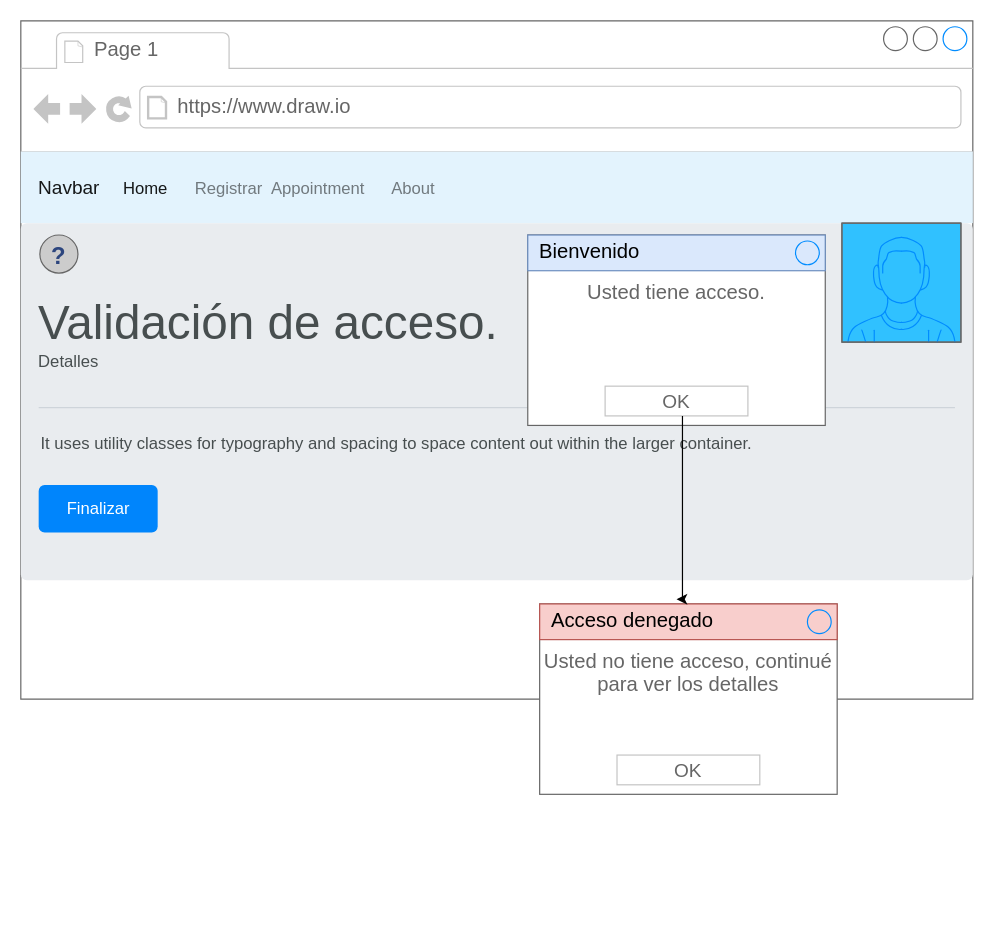
Before: page "Home" (2 of 5) of Untitled Diagram.drawio in GwenBZ/AccesoEmpresa, a draw.io diagram. Source tidied: cells renumbered, new cells numbered last; positions are measured from the earlier drawing's top-left corner, leaving out a move shared by most shapes. Both pictures are drawn from the tidied source at 119%, with x=0, y=0 at pixel (20, 20).
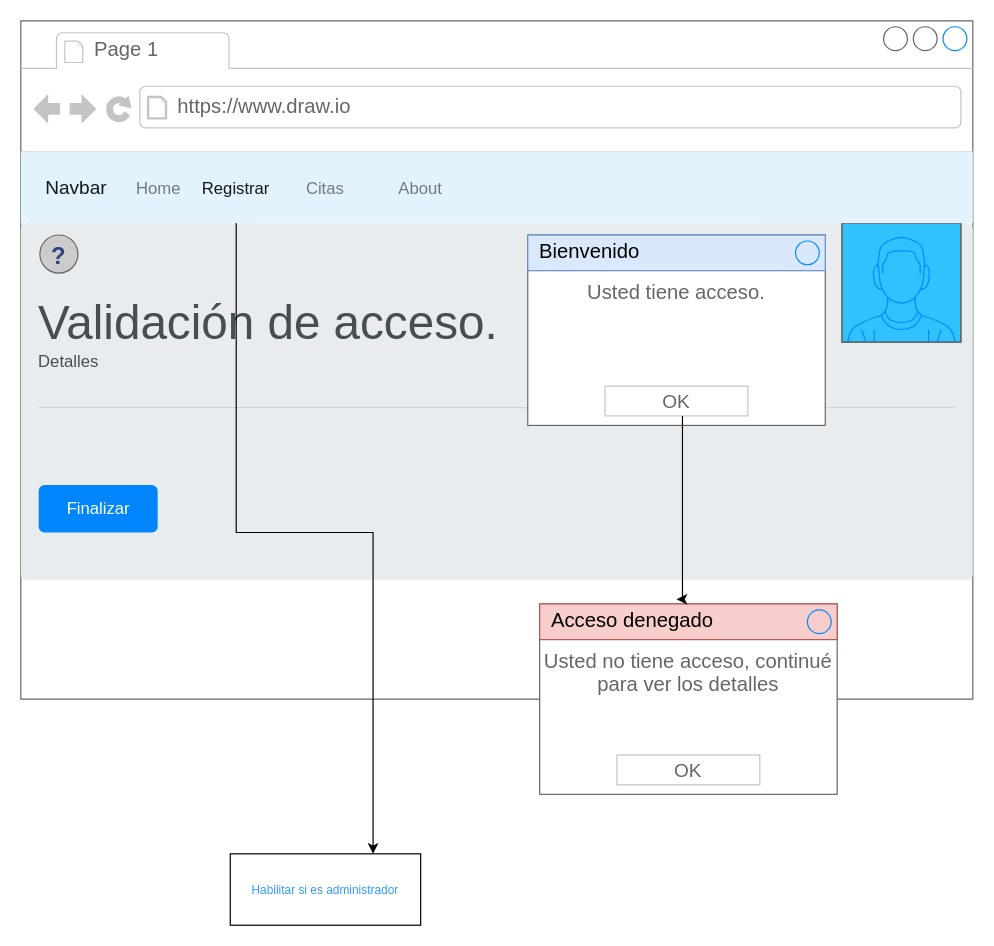
The same page after the edit.

Unchanged cells that the change refers to:
```xml
<mxCell id="2" style="strokeWidth=1;shadow=0;dashed=0;align=center;html=1;shape=mxgraph.mockup.containers.browserWindow;rSize=0;strokeColor=#666666;strokeColor2=#008cff;strokeColor3=#c4c4c4;mainText=,;" parent="1" vertex="1">
  <mxGeometry width="800" height="570" as="geometry" />
</mxCell>
<mxCell id="10" value="&lt;span style=&quot;font-size: 40px&quot;&gt;Validación&amp;nbsp;de acceso.&lt;/span&gt;&amp;nbsp;&amp;nbsp;&amp;nbsp;&amp;nbsp;&amp;nbsp;&amp;nbsp;&amp;nbsp;&amp;nbsp;&amp;nbsp;&amp;nbsp;&amp;nbsp;&amp;nbsp;&amp;nbsp;&amp;nbsp;&amp;nbsp;&amp;nbsp;&amp;nbsp;&amp;nbsp;&amp;nbsp;&amp;nbsp;&amp;nbsp;&amp;nbsp;&amp;nbsp;&amp;nbsp;&amp;nbsp;&amp;nbsp;&amp;nbsp;&amp;nbsp;&amp;nbsp;&amp;nbsp;&amp;nbsp;&amp;nbsp;&amp;nbsp;&amp;nbsp;&amp;nbsp;&amp;nbsp;&amp;nbsp;&amp;nbsp;&amp;nbsp;&amp;nbsp;&amp;nbsp;&amp;nbsp;&amp;nbsp;&amp;nbsp;&amp;nbsp;&amp;nbsp;&amp;nbsp;&amp;nbsp;&amp;nbsp;&amp;nbsp;&amp;nbsp;&amp;nbsp;&amp;nbsp;&amp;nbsp;&amp;nbsp;&amp;nbsp;&amp;nbsp;&amp;nbsp;&amp;nbsp;&amp;nbsp;&amp;nbsp;&amp;nbsp;&amp;nbsp;&amp;nbsp;&amp;nbsp;&amp;nbsp;&amp;nbsp;&amp;nbsp;&amp;nbsp;&amp;nbsp;&amp;nbsp;&amp;nbsp;&amp;nbsp;&amp;nbsp;&amp;nbsp;&amp;nbsp;&amp;nbsp;&amp;nbsp;&amp;nbsp;&amp;nbsp;&amp;nbsp;&amp;nbsp;&amp;nbsp;&amp;nbsp;&amp;nbsp;&amp;nbsp;&amp;nbsp;&amp;nbsp;&amp;nbsp;&amp;nbsp;&amp;nbsp;&amp;nbsp;&amp;nbsp;&amp;nbsp;&amp;nbsp;&amp;nbsp; Detalles" style="html=1;shadow=0;dashed=0;shape=mxgraph.bootstrap.rrect;rSize=5;strokeColor=none;html=1;whiteSpace=wrap;fillColor=#E9ECEF;fontColor=#474E4F;align=left;spacing=15;fontSize=14;verticalAlign=top;spacingTop=40;" parent="2" vertex="1">
  <mxGeometry y="170" width="800" height="300" as="geometry" />
</mxCell>
```

The edit, as a diff of the source:
```diff
@@
-    <mxCell id="5" value="Navbar" style="html=1;shadow=0;dashed=0;fillColor=#E3F3FD;strokeColor=none;fontSize=16;fontColor=#161819;align=left;spacing=15;" parent="2" vertex="1">
+    <mxCell id="5" style="html=1;shadow=0;dashed=0;fillColor=#E3F3FD;strokeColor=none;fontSize=16;fontColor=#161819;align=left;spacing=15;" parent="2" vertex="1">
       <mxGeometry y="110" width="800" height="60" as="geometry" />
     </mxCell>
-    <mxCell id="6" value="Home" style="fillColor=none;strokeColor=none;fontSize=14;fontColor=#161819;align=center;" parent="5" vertex="1">
-      <mxGeometry width="70" height="40" relative="1" as="geometry">
-        <mxPoint x="70" y="10" as="offset" />
-      </mxGeometry>
-    </mxCell>
-    <mxCell id="7" value="Registrar" style="fillColor=none;strokeColor=none;fontSize=14;fontColor=#71797E;align=center;" parent="5" vertex="1">
-      <mxGeometry width="70" height="40" relative="1" as="geometry">
-        <mxPoint x="140" y="10" as="offset" />
-      </mxGeometry>
-    </mxCell>
-    <mxCell id="8" value="Appointment" style="fillColor=none;strokeColor=none;fontSize=14;fontColor=#71797E;align=center;spacingRight=0;" parent="5" vertex="1">
-      <mxGeometry width="80" height="40" relative="1" as="geometry">
-        <mxPoint x="210" y="10" as="offset" />
-      </mxGeometry>
-    </mxCell>
-    <mxCell id="9" value="About" style="fillColor=none;strokeColor=none;fontSize=14;fontColor=#71797E;align=center;" parent="5" vertex="1">
-      <mxGeometry width="80" height="40" relative="1" as="geometry">
-        <mxPoint x="290" y="10" as="offset" />
-      </mxGeometry>
-    </mxCell>
@@
-    <mxCell id="11" value="It uses utility classes for typography and spacing to space content out within the larger container." style="shape=line;html=1;shadow=0;dashed=0;strokeColor=#CED4DA;gradientColor=inherit;fontColor=inherit;fillColor=#E9ECEF;rSize=5;perimeter=none;whiteSpace=wrap;fontSize=14;align=left;spacing=2;labelPosition=center;verticalLabelPosition=bottom;verticalAlign=top;spacingTop=10;" parent="10" vertex="1">
+    <mxCell id="11" style="shape=line;html=1;shadow=0;dashed=0;strokeColor=#CED4DA;gradientColor=inherit;fontColor=inherit;fillColor=#E9ECEF;rSize=5;perimeter=none;whiteSpace=wrap;fontSize=14;align=left;spacing=2;labelPosition=center;verticalLabelPosition=bottom;verticalAlign=top;spacingTop=10;" parent="10" vertex="1">
       <mxGeometry width="770" height="10" relative="1" as="geometry">
         <mxPoint x="15" y="150" as="offset" />
       </mxGeometry>
     </mxCell>
@@
+    <mxCell id="24" style="edgeStyle=orthogonalEdgeStyle;rounded=0;jettySize=auto;html=1;entryX=0.75;entryY=0;entryDx=0;entryDy=0;fontSize=10;fontColor=#000000;exitX=0.5;exitY=1;exitDx=0;exitDy=0;" parent="1" edge="1" source="7" target="27">
+      <mxGeometry relative="1" as="geometry" />
+    </mxCell>
+    <mxCell id="25" value="Navbar" style="html=1;shadow=0;dashed=0;fillColor=#E3F3FD;strokeColor=none;fontSize=16;fontColor=#161819;align=left;spacing=15;" parent="1" vertex="1">
+      <mxGeometry x="6" y="110" width="789" height="60" as="geometry" />
+    </mxCell>
+    <mxCell id="7" value="Registrar" style="fillColor=none;strokeColor=none;fontSize=14;fontColor=#161819;align=center;" parent="25" vertex="1">
+      <mxGeometry width="70" height="40" relative="1" as="geometry">
+        <mxPoint x="140" y="10" as="offset" />
+      </mxGeometry>
+    </mxCell>
+    <mxCell id="6" value="Home" style="fillColor=none;strokeColor=none;fontSize=14;fontColor=#71797E;align=center;" parent="25" vertex="1">
+      <mxGeometry width="60" height="40" relative="1" as="geometry">
+        <mxPoint x="80" y="10" as="offset" />
+      </mxGeometry>
+    </mxCell>
+    <mxCell id="26" value="Citas" style="fillColor=none;strokeColor=none;fontSize=14;fontColor=#71797E;align=center;spacingRight=0;" parent="25" vertex="1">
+      <mxGeometry width="80" height="40" relative="1" as="geometry">
+        <mxPoint x="210" y="10" as="offset" />
+      </mxGeometry>
+    </mxCell>
+    <mxCell id="9" value="About" style="fillColor=none;strokeColor=none;fontSize=14;fontColor=#71797E;align=center;" parent="25" vertex="1">
+      <mxGeometry width="80" height="40" relative="1" as="geometry">
+        <mxPoint x="290" y="10" as="offset" />
+      </mxGeometry>
+    </mxCell>
+    <mxCell id="27" value="Habilitar si es administrador" style="rounded=0;whiteSpace=wrap;html=1;fontSize=10;fontColor=#3399FF;strokeColor=#000000;" parent="1" vertex="1">
+      <mxGeometry x="176" y="700" width="160" height="60" as="geometry" />
+    </mxCell>
```
